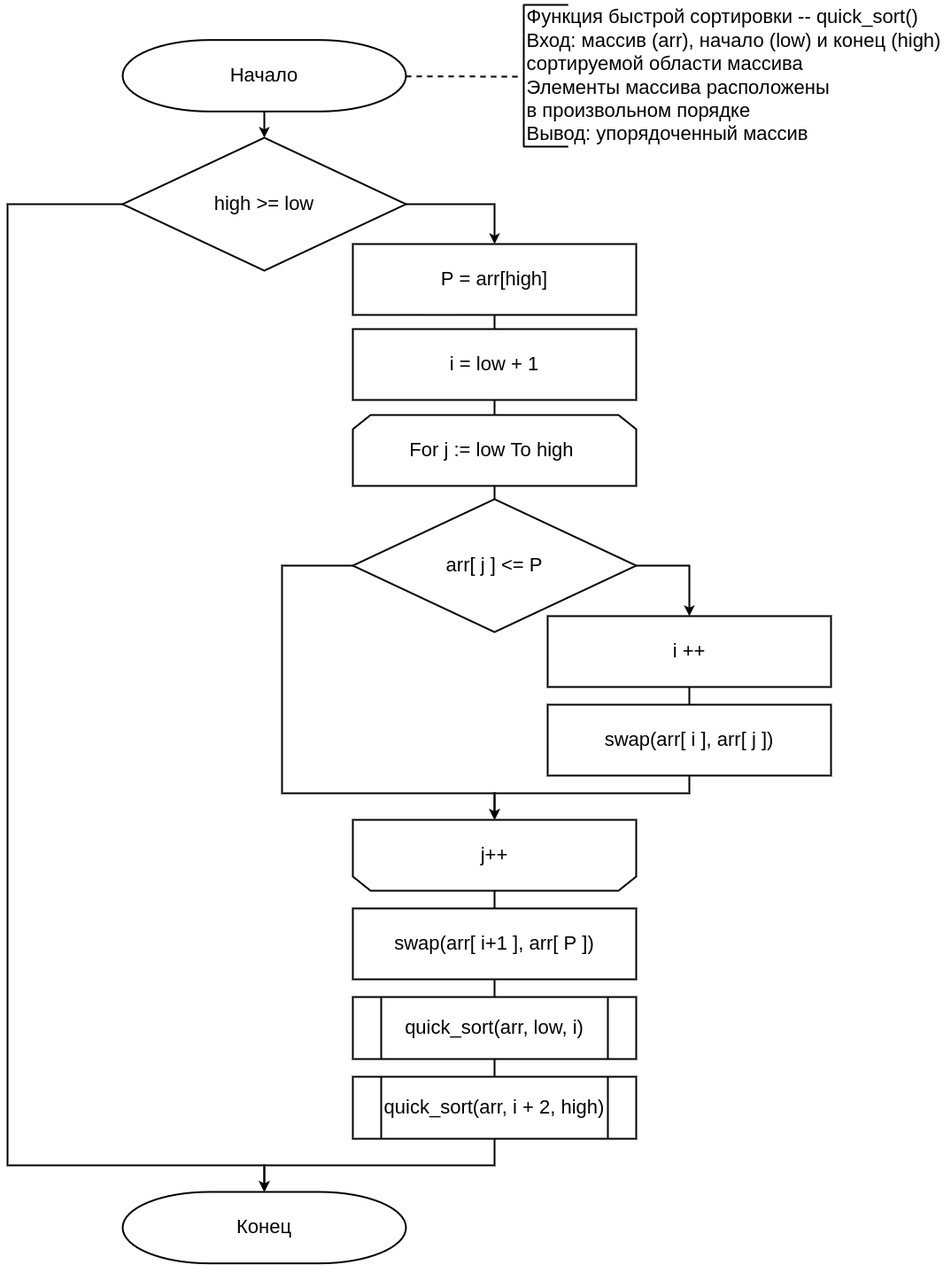
Earlier version of the draw.io export lab3/report/inc/img/quick.png (NikitaKot1/bmstu_aa). Source tidied: cells renumbered, new cells last; positions are measured from the earlier drawing's top-left corner, leaving out a move shared by most shapes. The source it was exported from:
```xml
<mxGraphModel>
  <root>
    <mxCell id="0" />
    <mxCell id="1" parent="0" />
    <mxCell id="2" style="edgeStyle=orthogonalEdgeStyle;rounded=0;jettySize=auto;html=1;strokeWidth=2;" parent="1" edge="1" source="3" target="12">
      <mxGeometry relative="1" as="geometry" />
    </mxCell>
    <mxCell id="3" value="Начало" style="strokeWidth=2;html=1;shape=mxgraph.flowchart.terminator;whiteSpace=wrap;fontSize=22;" parent="1" vertex="1">
      <mxGeometry x="130" y="44.7" width="320" height="80.7" as="geometry" />
    </mxCell>
    <mxCell id="4" style="edgeStyle=none;html=1;exitX=1;exitY=0.5;exitDx=0;exitDy=0;dashed=1;endArrow=none;endFill=0;strokeWidth=2;" parent="1" edge="1">
      <mxGeometry relative="1" as="geometry">
        <mxPoint x="450" y="85.7" as="sourcePoint" />
        <mxPoint x="580" y="86" as="targetPoint" />
      </mxGeometry>
    </mxCell>
    <mxCell id="5" value="&lt;div style=&quot;text-align: left; font-family: helvetica; font-size: 22px;&quot;&gt;Функция быстрой сортировки -- quick_sort()&lt;/div&gt;&lt;div style=&quot;text-align: left; font-family: helvetica; font-size: 22px;&quot;&gt;Вход: массив (arr), начало (low) и конец (high)&lt;/div&gt;&lt;div style=&quot;text-align: left; font-family: helvetica; font-size: 22px;&quot;&gt;сортируемой области массива&lt;/div&gt;&lt;div style=&quot;text-align: left; font-family: helvetica; font-size: 22px;&quot;&gt;Элементы массива расположены&lt;/div&gt;&lt;div style=&quot;text-align: left; font-family: helvetica; font-size: 22px;&quot;&gt;в произвольном порядке&lt;/div&gt;&lt;div style=&quot;text-align: left; font-family: helvetica; font-size: 22px;&quot;&gt;Вывод: упорядоченный массив&lt;/div&gt;" style="text;html=1;align=center;verticalAlign=middle;strokeColor=none;fillColor=none;fontSize=22;" parent="1" vertex="1">
      <mxGeometry x="575" width="490" height="170" as="geometry" />
    </mxCell>
    <mxCell id="6" style="endArrow=none;html=1;strokeWidth=2;" parent="1" edge="1">
      <mxGeometry relative="1" as="geometry">
        <mxPoint x="583" y="165" as="sourcePoint" />
        <mxPoint x="583" y="5" as="targetPoint" />
      </mxGeometry>
    </mxCell>
    <mxCell id="7" style="endArrow=none;html=1;strokeWidth=2;" parent="1" edge="1">
      <mxGeometry relative="1" as="geometry">
        <mxPoint x="583" y="165" as="sourcePoint" />
        <mxPoint x="633" y="165" as="targetPoint" />
      </mxGeometry>
    </mxCell>
    <mxCell id="8" style="endArrow=none;html=1;strokeWidth=2;" parent="1" edge="1">
      <mxGeometry relative="1" as="geometry">
        <mxPoint x="583" y="5" as="sourcePoint" />
        <mxPoint x="633" y="5" as="targetPoint" />
      </mxGeometry>
    </mxCell>
    <mxCell id="9" value="Конец" style="strokeWidth=2;html=1;shape=mxgraph.flowchart.terminator;whiteSpace=wrap;fontSize=22;" parent="1" vertex="1">
      <mxGeometry x="130" y="1345" width="320" height="80.7" as="geometry" />
    </mxCell>
    <mxCell id="10" style="edgeStyle=orthogonalEdgeStyle;rounded=0;jettySize=auto;html=1;entryX=0.5;entryY=0;entryDx=0;entryDy=0;strokeWidth=2;fontSize=22;" parent="1" edge="1" source="12" target="13">
      <mxGeometry relative="1" as="geometry">
        <Array as="points">
          <mxPoint x="550" y="230" />
        </Array>
      </mxGeometry>
    </mxCell>
    <mxCell id="11" style="edgeStyle=orthogonalEdgeStyle;rounded=0;jettySize=auto;html=1;strokeWidth=2;fontSize=22;entryX=0.5;entryY=0;entryDx=0;entryDy=0;entryPerimeter=0;" parent="1" edge="1" source="12" target="9">
      <mxGeometry relative="1" as="geometry">
        <Array as="points">
          <mxPoint y="230" />
          <mxPoint y="1315" />
          <mxPoint x="290" y="1315" />
        </Array>
      </mxGeometry>
    </mxCell>
    <mxCell id="12" value="high &amp;gt;= low" style="rhombus;whiteSpace=wrap;html=1;fontSize=22;strokeWidth=2;" parent="1" vertex="1">
      <mxGeometry x="130" y="155" width="320" height="150" as="geometry" />
    </mxCell>
    <mxCell id="13" value="P = arr[high]" style="rounded=0;whiteSpace=wrap;html=1;strokeWidth=2;fontSize=22;" parent="1" vertex="1">
      <mxGeometry x="390" y="275" width="320" height="80" as="geometry" />
    </mxCell>
    <mxCell id="14" value="&lt;span style=&quot;font-size: 22px;&quot;&gt;&lt;font style=&quot;font-size: 22px&quot;&gt;For j := low To high&amp;nbsp;&lt;/font&gt;&lt;/span&gt;" style="shape=loopLimit;whiteSpace=wrap;html=1;fontSize=22;strokeWidth=2;" parent="1" vertex="1">
      <mxGeometry x="390" y="468" width="320" height="80" as="geometry" />
    </mxCell>
    <mxCell id="15" value="i ++" style="rounded=0;whiteSpace=wrap;html=1;strokeWidth=2;fontSize=22;" parent="1" vertex="1">
      <mxGeometry x="610" y="695" width="320" height="80" as="geometry" />
    </mxCell>
    <mxCell id="16" style="edgeStyle=orthogonalEdgeStyle;rounded=0;jettySize=auto;html=1;entryX=0.5;entryY=0;entryDx=0;entryDy=0;strokeWidth=2;fontSize=22;" parent="1" edge="1" source="18" target="15">
      <mxGeometry relative="1" as="geometry">
        <Array as="points">
          <mxPoint x="770" y="638" />
        </Array>
      </mxGeometry>
    </mxCell>
    <mxCell id="17" style="edgeStyle=orthogonalEdgeStyle;rounded=0;jettySize=auto;html=1;entryX=0.5;entryY=1;entryDx=0;entryDy=0;strokeWidth=2;fontSize=22;" parent="1" edge="1" source="18" target="22">
      <mxGeometry relative="1" as="geometry">
        <Array as="points">
          <mxPoint x="310" y="638" />
          <mxPoint x="310" y="895" />
          <mxPoint x="550" y="895" />
        </Array>
      </mxGeometry>
    </mxCell>
    <mxCell id="18" value="arr[ j ] &amp;lt;= P" style="rhombus;whiteSpace=wrap;html=1;fontSize=22;strokeWidth=2;" parent="1" vertex="1">
      <mxGeometry x="390" y="563" width="320" height="150" as="geometry" />
    </mxCell>
    <mxCell id="19" value="i = low + 1" style="rounded=0;whiteSpace=wrap;html=1;strokeWidth=2;fontSize=22;" parent="1" vertex="1">
      <mxGeometry x="390" y="371" width="320" height="80" as="geometry" />
    </mxCell>
    <mxCell id="20" style="edgeStyle=orthogonalEdgeStyle;rounded=0;jettySize=auto;html=1;entryX=0.5;entryY=1;entryDx=0;entryDy=0;strokeWidth=2;fontSize=22;" parent="1" edge="1" source="21" target="22">
      <mxGeometry relative="1" as="geometry">
        <Array as="points">
          <mxPoint x="770" y="895" />
          <mxPoint x="550" y="895" />
        </Array>
      </mxGeometry>
    </mxCell>
    <mxCell id="21" value="swap(arr[ i ], arr[ j ])" style="rounded=0;whiteSpace=wrap;html=1;strokeWidth=2;fontSize=22;" parent="1" vertex="1">
      <mxGeometry x="610" y="795" width="320" height="80" as="geometry" />
    </mxCell>
    <mxCell id="22" value="&lt;span style=&quot;font-size: 22px;&quot;&gt;j++&lt;/span&gt;" style="shape=loopLimit;whiteSpace=wrap;html=1;direction=west;strokeWidth=2;" parent="1" vertex="1">
      <mxGeometry x="390" y="925" width="320" height="80" as="geometry" />
    </mxCell>
    <mxCell id="23" style="endArrow=none;html=1;rounded=0;strokeWidth=2;fontSize=22;entryX=0.5;entryY=1;entryDx=0;entryDy=0;exitX=0.5;exitY=0;exitDx=0;exitDy=0;" parent="1" edge="1" source="19" target="13">
      <mxGeometry relative="1" as="geometry" />
    </mxCell>
    <mxCell id="24" style="endArrow=none;html=1;rounded=0;strokeWidth=2;fontSize=22;entryX=0.5;entryY=1;entryDx=0;entryDy=0;exitX=0.5;exitY=0;exitDx=0;exitDy=0;" parent="1" edge="1" source="14" target="19">
      <mxGeometry relative="1" as="geometry" />
    </mxCell>
    <mxCell id="25" style="endArrow=none;html=1;rounded=0;strokeWidth=2;fontSize=22;entryX=0.5;entryY=0;entryDx=0;entryDy=0;exitX=0.5;exitY=1;exitDx=0;exitDy=0;" parent="1" edge="1" source="14" target="18">
      <mxGeometry relative="1" as="geometry" />
    </mxCell>
    <mxCell id="26" value="swap(arr[ i+1 ], arr[ P ])" style="rounded=0;whiteSpace=wrap;html=1;strokeWidth=2;fontSize=22;" parent="1" vertex="1">
      <mxGeometry x="390" y="1025" width="320" height="80" as="geometry" />
    </mxCell>
    <mxCell id="27" style="endArrow=none;html=1;rounded=0;strokeWidth=2;fontSize=22;entryX=0.5;entryY=1;entryDx=0;entryDy=0;exitX=0.5;exitY=0;exitDx=0;exitDy=0;" parent="1" edge="1" source="21" target="15">
      <mxGeometry relative="1" as="geometry" />
    </mxCell>
    <mxCell id="28" style="endArrow=none;html=1;rounded=0;strokeWidth=2;fontSize=22;entryX=0.5;entryY=0;entryDx=0;entryDy=0;exitX=0.5;exitY=0;exitDx=0;exitDy=0;" parent="1" edge="1" source="26" target="22">
      <mxGeometry relative="1" as="geometry" />
    </mxCell>
    <mxCell id="29" value="quick_sort(arr, low, i)" style="shape=process;whiteSpace=wrap;html=1;backgroundOutline=1;strokeWidth=2;fontSize=22;" parent="1" vertex="1">
      <mxGeometry x="390" y="1125" width="320" height="70" as="geometry" />
    </mxCell>
    <mxCell id="30" style="edgeStyle=orthogonalEdgeStyle;rounded=0;jettySize=auto;html=1;entryX=0.5;entryY=0;entryDx=0;entryDy=0;entryPerimeter=0;strokeWidth=2;fontSize=22;" parent="1" edge="1" source="31" target="9">
      <mxGeometry relative="1" as="geometry" />
    </mxCell>
    <mxCell id="31" value="quick_sort(arr, i + 2, high)" style="shape=process;whiteSpace=wrap;html=1;backgroundOutline=1;strokeWidth=2;fontSize=22;" parent="1" vertex="1">
      <mxGeometry x="390" y="1215" width="320" height="70" as="geometry" />
    </mxCell>
    <mxCell id="32" style="endArrow=none;html=1;rounded=0;strokeWidth=2;fontSize=22;entryX=0.5;entryY=1;entryDx=0;entryDy=0;exitX=0.5;exitY=0;exitDx=0;exitDy=0;" parent="1" edge="1" source="31" target="29">
      <mxGeometry relative="1" as="geometry" />
    </mxCell>
    <mxCell id="33" style="endArrow=none;html=1;rounded=0;strokeWidth=2;fontSize=22;entryX=0.5;entryY=1;entryDx=0;entryDy=0;exitX=0.5;exitY=0;exitDx=0;exitDy=0;" parent="1" edge="1" source="29" target="26">
      <mxGeometry relative="1" as="geometry" />
    </mxCell>
  </root>
</mxGraphModel>
```
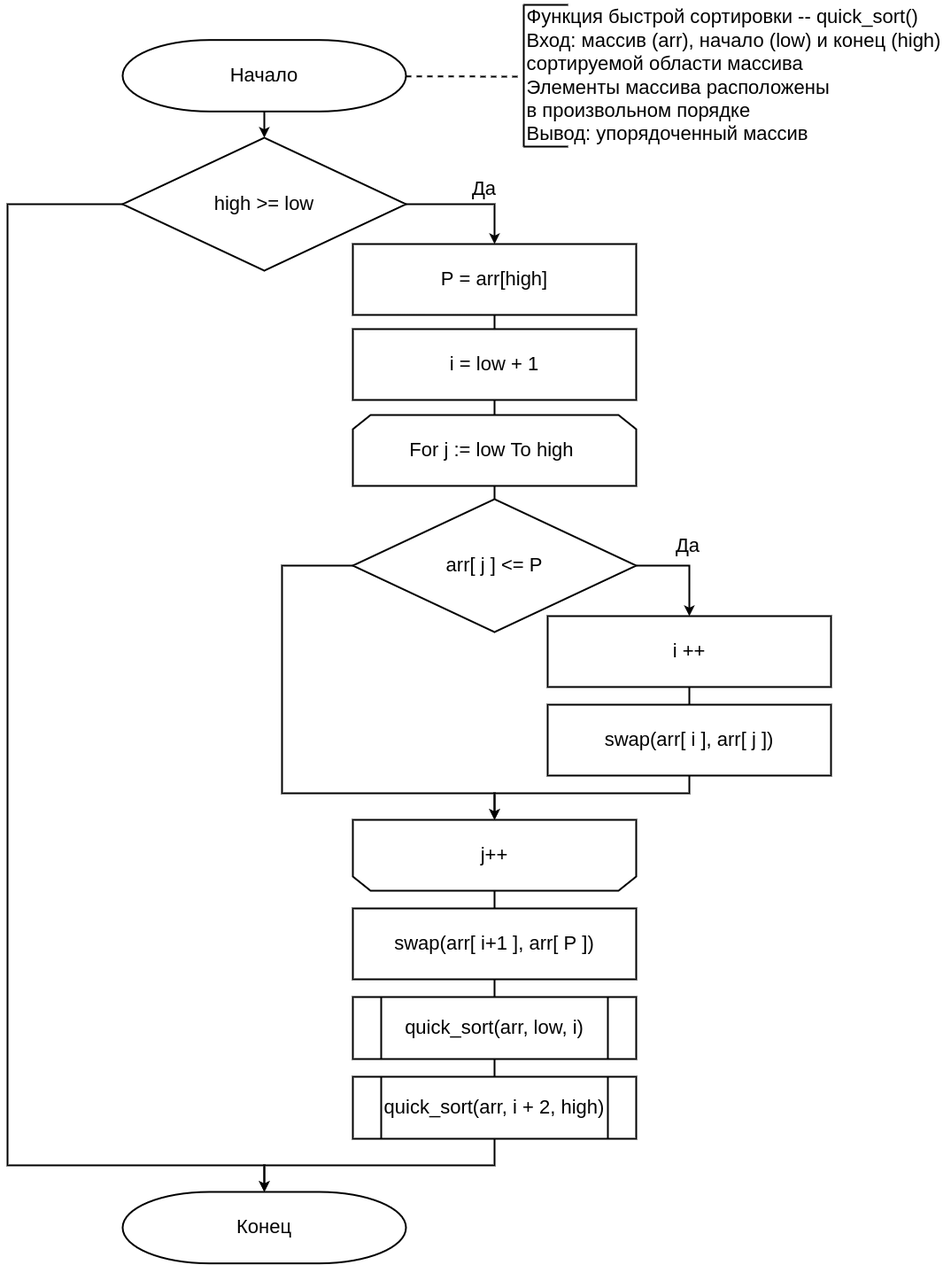
The same diagram one commit later.

What changed in the source:
```diff
@@ -73,6 +73,11 @@
         </Array>
       </mxGeometry>
     </mxCell>
+    <mxCell id="34" value="Да" style="edgeLabel;html=1;align=center;verticalAlign=middle;fontSize=22;" parent="16" vertex="1">
+      <mxGeometry x="-0.03" y="2" relative="1" as="geometry">
+        <mxPoint y="-21" as="offset" />
+      </mxGeometry>
+    </mxCell>
     <mxCell id="17" style="edgeStyle=orthogonalEdgeStyle;rounded=0;jettySize=auto;html=1;entryX=0.5;entryY=1;entryDx=0;entryDy=0;strokeWidth=2;fontSize=22;" parent="1" edge="1" source="18" target="22">
       <mxGeometry relative="1" as="geometry">
         <Array as="points">
@@ -135,5 +140,10 @@
     <mxCell id="33" style="endArrow=none;html=1;rounded=0;strokeWidth=2;fontSize=22;entryX=0.5;entryY=1;entryDx=0;entryDy=0;exitX=0.5;exitY=0;exitDx=0;exitDy=0;" parent="1" edge="1" source="29" target="26">
       <mxGeometry relative="1" as="geometry" />
     </mxCell>
+    <mxCell id="35" value="Да" style="edgeLabel;html=1;align=center;verticalAlign=middle;fontSize=22;" parent="1" vertex="1">
+      <mxGeometry x="777" y="625" as="geometry">
+        <mxPoint x="-240" y="-413" as="offset" />
+      </mxGeometry>
+    </mxCell>
   </root>
 </mxGraphModel>
```
